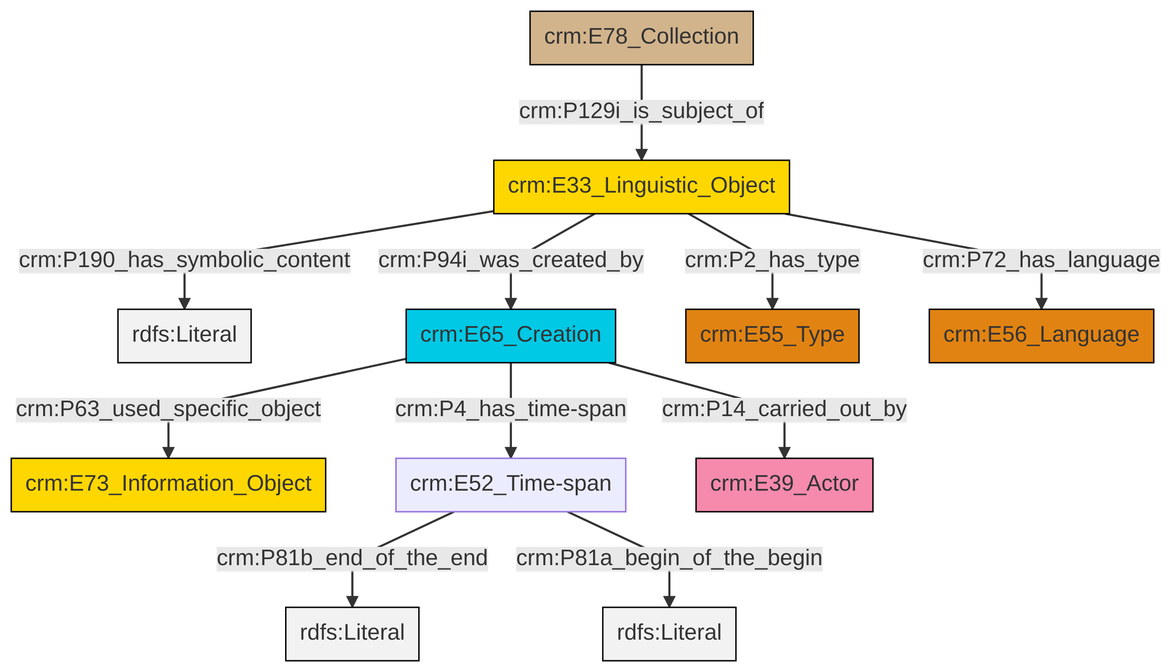
Before: et/archivalCSV/ttl/mmd/png/archival_desc.png, a diagram exported from Mermaid (swiss-art-research-net/docs.swissartresearch). Its source is kept beside it as et/archivalCSV/ttl/mmd/archival_desc.ttl.mmd.
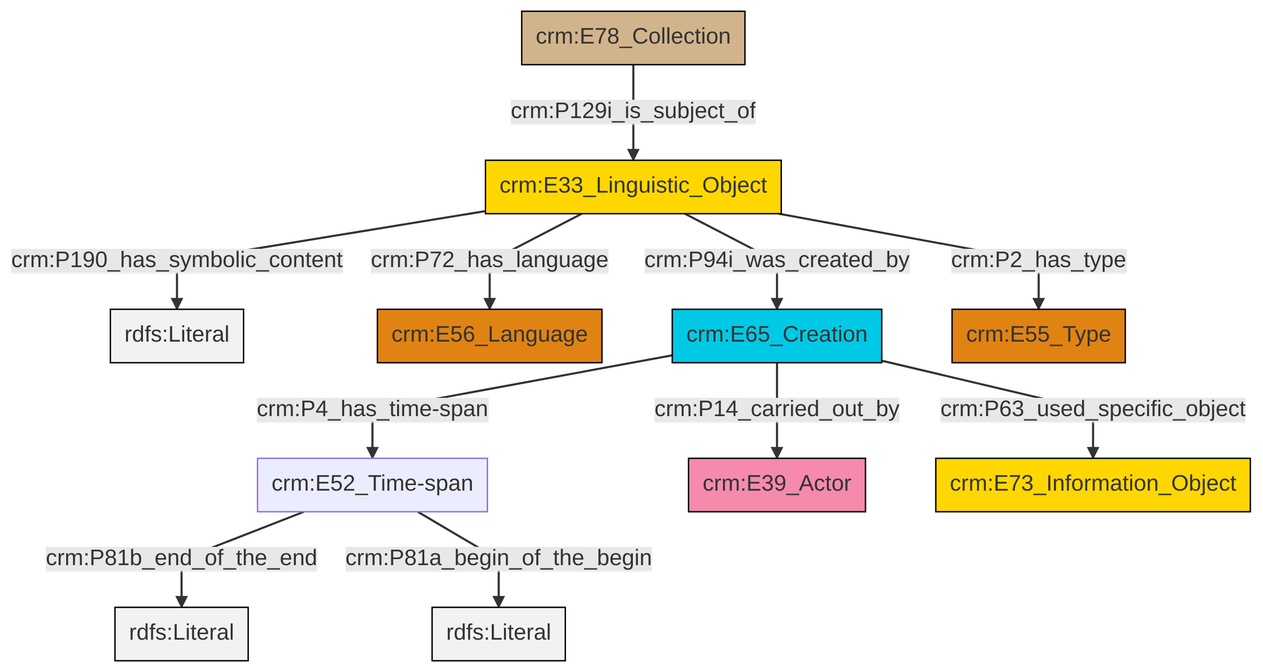
After the change.

The edit, as a diff of the source:
```diff
@@ -14,12 +14,12 @@
 classDef Multi fill:#cccccc,stroke:#000000;
 
 0["crm:E33_Linguistic_Object"]:::Conceptual_Object -->|crm:P190_has_symbolic_content| 1[rdfs:Literal]:::Literal
-4["crm:E65_Creation"]:::Temporal_Entity -->|crm:P4_has_time-span| 5["crm:E52_Time-span"]:::Default
-6["crm:E78_Collection"]:::Physical_Thing -->|crm:P129i_is_subject_of| 0["crm:E33_Linguistic_Object"]:::Conceptual_Object
-0["crm:E33_Linguistic_Object"]:::Conceptual_Object -->|crm:P2_has_type| 7["crm:E55_Type"]:::Type
-5["crm:E52_Time-span"]:::Default -->|crm:P81b_end_of_the_end| 8[rdfs:Literal]:::Literal
-4["crm:E65_Creation"]:::Temporal_Entity -->|crm:P14_carried_out_by| 9["crm:E39_Actor"]:::Actor
-5["crm:E52_Time-span"]:::Default -->|crm:P81a_begin_of_the_begin| 10[rdfs:Literal]:::Literal
-0["crm:E33_Linguistic_Object"]:::Conceptual_Object -->|crm:P94i_was_created_by| 4["crm:E65_Creation"]:::Temporal_Entity
-4["crm:E65_Creation"]:::Temporal_Entity -->|crm:P63_used_specific_object| 2["crm:E73_Information_Object"]:::Conceptual_Object
-0["crm:E33_Linguistic_Object"]:::Conceptual_Object -->|crm:P72_has_language| 12["crm:E56_Language"]:::Type
+2["crm:E78_Collection"]:::Physical_Thing -->|crm:P129i_is_subject_of| 0["crm:E33_Linguistic_Object"]:::Conceptual_Object
+3["crm:E52_Time-span"]:::Default -->|crm:P81b_end_of_the_end| 5[rdfs:Literal]:::Literal
+3["crm:E52_Time-span"]:::Default -->|crm:P81a_begin_of_the_begin| 10[rdfs:Literal]:::Literal
+11["crm:E65_Creation"]:::Temporal_Entity -->|crm:P63_used_specific_object| 12["crm:E73_Information_Object"]:::Conceptual_Object
+0["crm:E33_Linguistic_Object"]:::Conceptual_Object -->|crm:P2_has_type| 13["crm:E55_Type"]:::Type
+0["crm:E33_Linguistic_Object"]:::Conceptual_Object -->|crm:P94i_was_created_by| 11["crm:E65_Creation"]:::Temporal_Entity
+0["crm:E33_Linguistic_Object"]:::Conceptual_Object -->|crm:P72_has_language| 8["crm:E56_Language"]:::Type
+11["crm:E65_Creation"]:::Temporal_Entity -->|crm:P14_carried_out_by| 6["crm:E39_Actor"]:::Actor
+11["crm:E65_Creation"]:::Temporal_Entity -->|crm:P4_has_time-span| 3["crm:E52_Time-span"]:::Default
```
